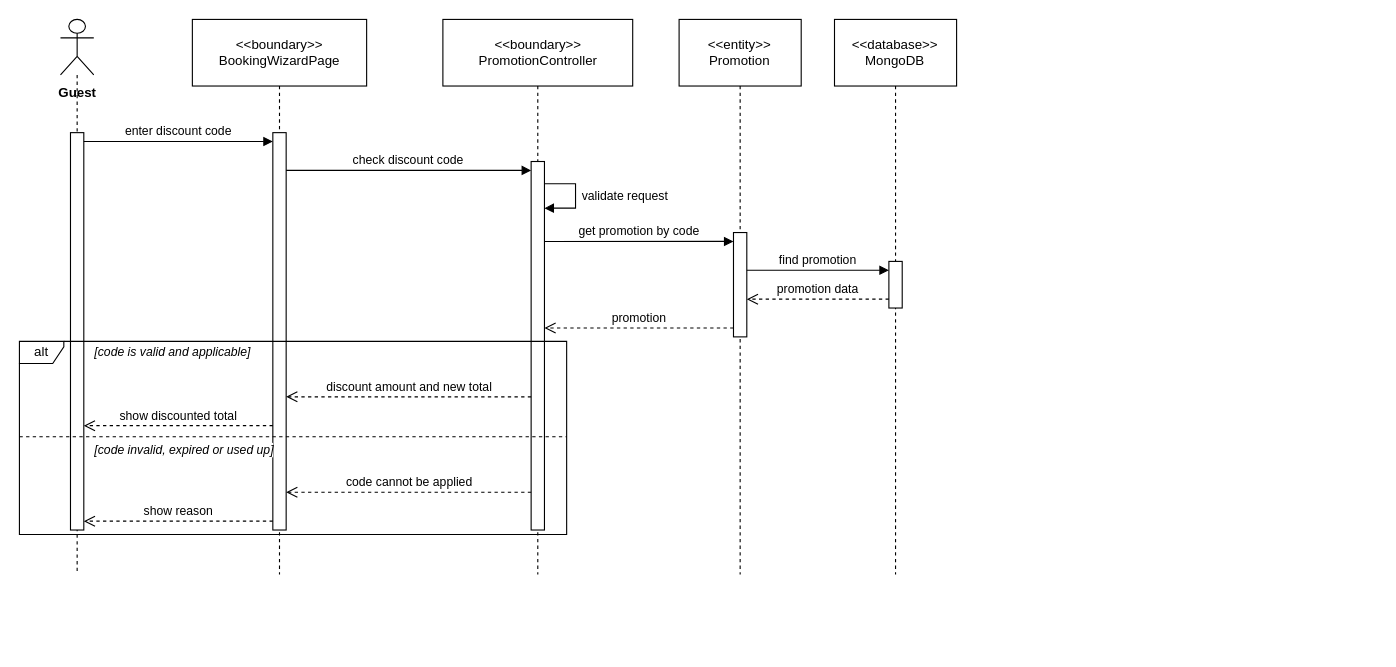
The draw.io diagram final/diagrams/M1_Inventory-And-Pricing_Diagrams/sequence_diagrams/SD-04_UC-G11_ApplyDiscountCode.drawio in toikobi401/SWD392, before the edit. Source tidied: cells renumbered, new cells numbered last; positions are measured from the earlier drawing's top-left corner, leaving out a move shared by most shapes. Both pictures are drawn from the tidied source at 111%, with x=0, y=0 at pixel (19, 19).
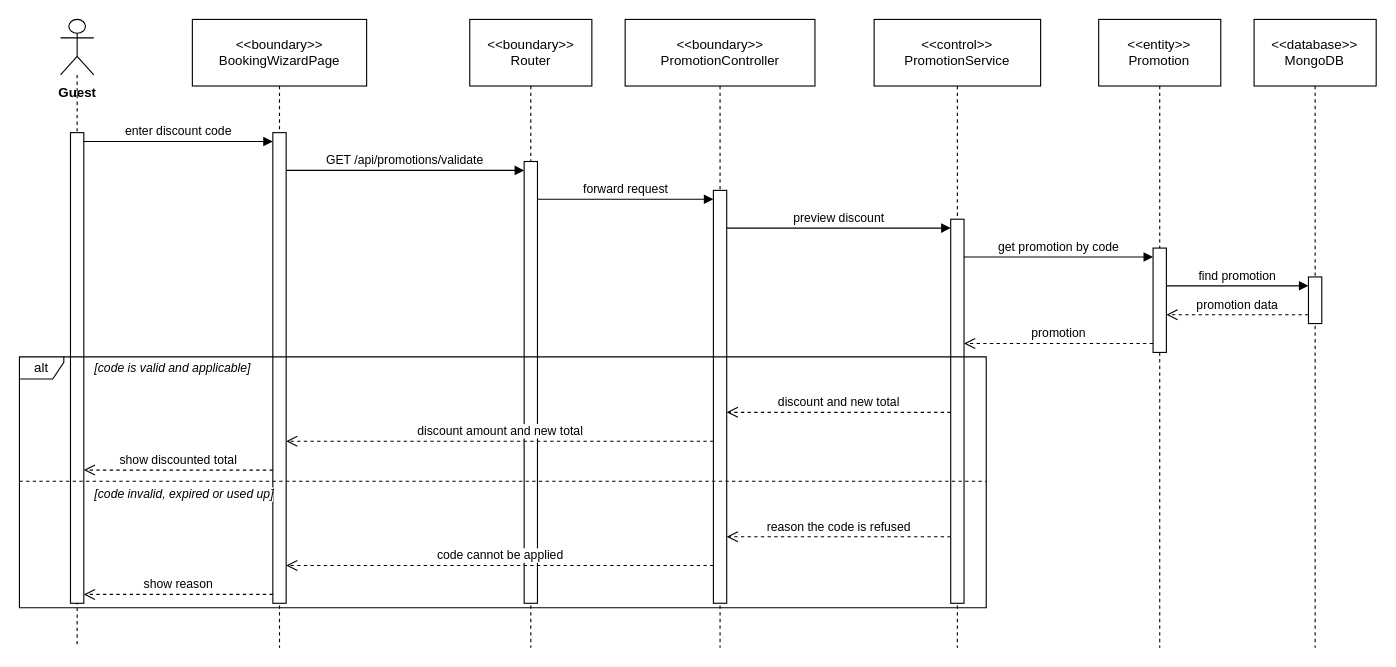
Above is the later version.

Change to the diagram source:
```diff
@@
     <mxCell id="2" value="Guest" style="shape=umlLifeline;participant=umlActor;perimeter=lifelinePerimeter;whiteSpace=nowrap;html=1;verticalAlign=top;spacingTop=52;size=50;fontStyle=1;" parent="1" vertex="1">
-      <mxGeometry x="37" width="30" height="500" as="geometry" />
+      <mxGeometry x="37" width="30" height="566" as="geometry" />
     </mxCell>
     <mxCell id="3" value="&amp;lt;&amp;lt;boundary&amp;gt;&amp;gt;&lt;br&gt;BookingWizardPage" style="shape=umlLifeline;perimeter=lifelinePerimeter;whiteSpace=wrap;html=1;size=60;" parent="1" vertex="1">
-      <mxGeometry x="155.8" width="157" height="500" as="geometry" />
+      <mxGeometry x="155.8" width="157" height="566" as="geometry" />
     </mxCell>
+    <mxCell id="27" value="&amp;lt;&amp;lt;boundary&amp;gt;&amp;gt;&lt;br&gt;Router" style="shape=umlLifeline;perimeter=lifelinePerimeter;whiteSpace=wrap;html=1;size=60;" parent="1" vertex="1">
+      <mxGeometry x="405.7" width="110" height="566" as="geometry" />
+    </mxCell>
     <mxCell id="4" value="&amp;lt;&amp;lt;boundary&amp;gt;&amp;gt;&lt;br&gt;PromotionController" style="shape=umlLifeline;perimeter=lifelinePerimeter;whiteSpace=wrap;html=1;size=60;" parent="1" vertex="1">
-      <mxGeometry x="381.5" width="171" height="500" as="geometry" />
+      <mxGeometry x="545.7" width="171" height="566" as="geometry" />
     </mxCell>
+    <mxCell id="28" value="&amp;lt;&amp;lt;control&amp;gt;&amp;gt;&lt;br&gt;PromotionService" style="shape=umlLifeline;perimeter=lifelinePerimeter;whiteSpace=wrap;html=1;size=60;" parent="1" vertex="1">
+      <mxGeometry x="770" width="150" height="566" as="geometry" />
+    </mxCell>
     <mxCell id="5" value="&amp;lt;&amp;lt;entity&amp;gt;&amp;gt;&lt;br&gt;Promotion" style="shape=umlLifeline;perimeter=lifelinePerimeter;whiteSpace=wrap;html=1;size=60;" parent="1" vertex="1">
-      <mxGeometry x="594.3" width="110" height="500" as="geometry" />
+      <mxGeometry x="972.3" width="110" height="566" as="geometry" />
     </mxCell>
     <mxCell id="6" value="&amp;lt;&amp;lt;database&amp;gt;&amp;gt;&lt;br&gt;MongoDB" style="shape=umlLifeline;perimeter=lifelinePerimeter;whiteSpace=wrap;html=1;size=60;" parent="1" vertex="1">
-      <mxGeometry x="734.3" width="110" height="500" as="geometry" />
+      <mxGeometry x="1112.3" width="110" height="566" as="geometry" />
     </mxCell>
     <mxCell id="7" style="html=1;points=[];perimeter=orthogonalPerimeter;outlineConnect=0;targetShapes=umlLifeline;portConstraint=eastwest;" parent="6" vertex="1">
-      <mxGeometry x="49" y="218" width="12" height="42" as="geometry" />
+      <mxGeometry x="49" y="232" width="12" height="42" as="geometry" />
     </mxCell>
     <mxCell id="8" style="html=1;points=[];perimeter=orthogonalPerimeter;outlineConnect=0;targetShapes=umlLifeline;portConstraint=eastwest;" parent="5" vertex="1">
-      <mxGeometry x="49" y="192" width="12" height="94" as="geometry" />
+      <mxGeometry x="49" y="206" width="12" height="94" as="geometry" />
     </mxCell>
-    <mxCell id="9" style="html=1;points=[];perimeter=orthogonalPerimeter;outlineConnect=0;targetShapes=umlLifeline;portConstraint=eastwest;" parent="4" vertex="1">
-      <mxGeometry x="79.5" y="128" width="12" height="332" as="geometry" />
-    </mxCell>
-    <mxCell id="10" style="html=1;points=[];perimeter=orthogonalPerimeter;outlineConnect=0;targetShapes=umlLifeline;portConstraint=eastwest;" parent="3" vertex="1">
-      <mxGeometry x="72.5" y="102" width="12" height="358" as="geometry" />
-    </mxCell>
-    <mxCell id="11" style="html=1;points=[];perimeter=orthogonalPerimeter;outlineConnect=0;targetShapes=umlLifeline;portConstraint=eastwest;" parent="2" vertex="1">
-      <mxGeometry x="9" y="102" width="12" height="358" as="geometry" />
-    </mxCell>
+    <mxCell id="29" style="html=1;points=[];perimeter=orthogonalPerimeter;outlineConnect=0;targetShapes=umlLifeline;portConstraint=eastwest;" parent="28" vertex="1">
+      <mxGeometry x="69" y="180" width="12" height="346" as="geometry" />
+    </mxCell>
+    <mxCell id="30" style="html=1;points=[];perimeter=orthogonalPerimeter;outlineConnect=0;targetShapes=umlLifeline;portConstraint=eastwest;" parent="4" vertex="1">
+      <mxGeometry x="79.5" y="154" width="12" height="372" as="geometry" />
+    </mxCell>
+    <mxCell id="31" style="html=1;points=[];perimeter=orthogonalPerimeter;outlineConnect=0;targetShapes=umlLifeline;portConstraint=eastwest;" parent="27" vertex="1">
+      <mxGeometry x="49" y="128" width="12" height="398" as="geometry" />
+    </mxCell>
+    <mxCell id="32" style="html=1;points=[];perimeter=orthogonalPerimeter;outlineConnect=0;targetShapes=umlLifeline;portConstraint=eastwest;" parent="3" vertex="1">
+      <mxGeometry x="72.5" y="102" width="12" height="424" as="geometry" />
+    </mxCell>
+    <mxCell id="33" style="html=1;points=[];perimeter=orthogonalPerimeter;outlineConnect=0;targetShapes=umlLifeline;portConstraint=eastwest;" parent="2" vertex="1">
+      <mxGeometry x="9" y="102" width="12" height="424" as="geometry" />
+    </mxCell>
     <mxCell id="12" value="alt" style="shape=umlFrame;whiteSpace=wrap;html=1;width=40;height=20;" parent="1" vertex="1">
-      <mxGeometry y="290" width="493" height="174" as="geometry" />
+      <mxGeometry y="304" width="871" height="226" as="geometry" />
     </mxCell>
     <mxCell id="13" style="endArrow=none;dashed=1;html=1;rounded=0;" parent="1" edge="1">
       <mxGeometry relative="1" as="geometry">
-        <mxPoint y="376" as="sourcePoint" />
-        <mxPoint x="493" y="376" as="targetPoint" />
+        <mxPoint y="416" as="sourcePoint" />
+        <mxPoint x="871" y="416" as="targetPoint" />
       </mxGeometry>
     </mxCell>
     <mxCell id="14" value="[code is valid and applicable]" style="text;html=1;align=left;verticalAlign=middle;whiteSpace=nowrap;fontSize=11;fontStyle=2;labelBackgroundColor=#ffffff;" parent="1" vertex="1">
-      <mxGeometry x="66" y="290" width="188.4" height="20" as="geometry" />
+      <mxGeometry x="66" y="304" width="188.4" height="20" as="geometry" />
     </mxCell>
     <mxCell id="15" value="[code invalid, expired or used up]" style="text;html=1;align=left;verticalAlign=middle;whiteSpace=nowrap;fontSize=11;fontStyle=2;labelBackgroundColor=#ffffff;" parent="1" vertex="1">
-      <mxGeometry x="66" y="378" width="213.6" height="20" as="geometry" />
+      <mxGeometry x="66" y="418" width="213.6" height="20" as="geometry" />
     </mxCell>
-    <mxCell id="16" value="enter discount code" style="html=1;verticalAlign=bottom;rounded=0;fontSize=11;endArrow=block;endFill=1;exitX=1;exitY=0.0223;exitDx=0;exitDy=0;exitPerimeter=0;entryX=0;entryY=0.0223;entryDx=0;entryDy=0;entryPerimeter=0;" parent="1" edge="1" source="11" target="10">
+    <mxCell id="16" value="enter discount code" style="html=1;verticalAlign=bottom;rounded=0;fontSize=11;endArrow=block;endFill=1;exitX=1;exitY=0.0189;exitDx=0;exitDy=0;exitPerimeter=0;entryX=0;entryY=0.0189;entryDx=0;entryDy=0;entryPerimeter=0;" parent="1" edge="1" source="33" target="32">
       <mxGeometry relative="1" as="geometry" />
     </mxCell>
-    <mxCell id="17" value="check discount code" style="html=1;verticalAlign=bottom;rounded=0;fontSize=11;endArrow=block;endFill=1;exitX=1;exitY=0.095;exitDx=0;exitDy=0;exitPerimeter=0;entryX=0;entryY=0.0241;entryDx=0;entryDy=0;entryPerimeter=0;" parent="1" edge="1" source="10" target="9">
+    <mxCell id="17" value="GET /api/promotions/validate" style="html=1;verticalAlign=bottom;rounded=0;fontSize=11;endArrow=block;endFill=1;exitX=1;exitY=0.0802;exitDx=0;exitDy=0;exitPerimeter=0;entryX=0;entryY=0.0201;entryDx=0;entryDy=0;entryPerimeter=0;" parent="1" edge="1" source="32" target="31">
       <mxGeometry relative="1" as="geometry" />
     </mxCell>
-    <mxCell id="18" value="validate request" style="html=1;align=left;spacingLeft=4;verticalAlign=middle;endArrow=block;endFill=1;rounded=0;fontSize=11;exitX=1;exitY=0.0602;exitDx=0;exitDy=0;exitPerimeter=0;entryX=1;entryY=0.1265;entryDx=0;entryDy=0;entryPerimeter=0;" parent="1" edge="1" source="9" target="9">
-      <mxGeometry relative="1" as="geometry">
-        <Array as="points">
-          <mxPoint x="501" y="148" />
-          <mxPoint x="501" y="170" />
-        </Array>
-      </mxGeometry>
+    <mxCell id="18" value="forward request" style="html=1;verticalAlign=bottom;rounded=0;fontSize=11;endArrow=block;endFill=1;exitX=1;exitY=0.0854;exitDx=0;exitDy=0;exitPerimeter=0;entryX=0;entryY=0.0215;entryDx=0;entryDy=0;entryPerimeter=0;" parent="1" edge="1" source="31" target="30">
+      <mxGeometry relative="1" as="geometry" />
     </mxCell>
-    <mxCell id="19" value="get promotion by code" style="html=1;verticalAlign=bottom;rounded=0;fontSize=11;endArrow=block;endFill=1;exitX=1;exitY=0.2169;exitDx=0;exitDy=0;exitPerimeter=0;entryX=0;entryY=0.0851;entryDx=0;entryDy=0;entryPerimeter=0;" parent="1" edge="1" source="9" target="8">
+    <mxCell id="19" value="preview discount" style="html=1;verticalAlign=bottom;rounded=0;fontSize=11;endArrow=block;endFill=1;exitX=1;exitY=0.0914;exitDx=0;exitDy=0;exitPerimeter=0;entryX=0;entryY=0.0231;entryDx=0;entryDy=0;entryPerimeter=0;" parent="1" edge="1" source="30" target="29">
       <mxGeometry relative="1" as="geometry" />
     </mxCell>
-    <mxCell id="20" value="find promotion" style="html=1;verticalAlign=bottom;rounded=0;fontSize=11;endArrow=block;endFill=1;exitX=1;exitY=0.3617;exitDx=0;exitDy=0;exitPerimeter=0;entryX=0;entryY=0.1905;entryDx=0;entryDy=0;entryPerimeter=0;" parent="1" edge="1" source="8" target="7">
+    <mxCell id="20" value="get promotion by code" style="html=1;verticalAlign=bottom;rounded=0;fontSize=11;endArrow=block;endFill=1;exitX=1;exitY=0.0983;exitDx=0;exitDy=0;exitPerimeter=0;entryX=0;entryY=0.0851;entryDx=0;entryDy=0;entryPerimeter=0;" parent="1" edge="1" source="29" target="8">
       <mxGeometry relative="1" as="geometry" />
     </mxCell>
-    <mxCell id="21" value="promotion data" style="html=1;verticalAlign=bottom;rounded=0;fontSize=11;dashed=1;endArrow=open;endSize=8;exitX=0;exitY=0.8095;exitDx=0;exitDy=0;exitPerimeter=0;entryX=1;entryY=0.6383;entryDx=0;entryDy=0;entryPerimeter=0;" parent="1" edge="1" source="7" target="8">
+    <mxCell id="21" value="find promotion" style="html=1;verticalAlign=bottom;rounded=0;fontSize=11;endArrow=block;endFill=1;exitX=1;exitY=0.3617;exitDx=0;exitDy=0;exitPerimeter=0;entryX=0;entryY=0.1905;entryDx=0;entryDy=0;entryPerimeter=0;" parent="1" edge="1" source="8" target="7">
       <mxGeometry relative="1" as="geometry" />
     </mxCell>
-    <mxCell id="22" value="promotion" style="html=1;verticalAlign=bottom;rounded=0;fontSize=11;dashed=1;endArrow=open;endSize=8;exitX=0;exitY=0.9149;exitDx=0;exitDy=0;exitPerimeter=0;entryX=1;entryY=0.4518;entryDx=0;entryDy=0;entryPerimeter=0;" parent="1" edge="1" source="8" target="9">
+    <mxCell id="22" value="promotion data" style="html=1;verticalAlign=bottom;rounded=0;fontSize=11;dashed=1;endArrow=open;endSize=8;exitX=0;exitY=0.8095;exitDx=0;exitDy=0;exitPerimeter=0;entryX=1;entryY=0.6383;entryDx=0;entryDy=0;entryPerimeter=0;" parent="1" edge="1" source="7" target="8">
       <mxGeometry relative="1" as="geometry" />
     </mxCell>
-    <mxCell id="23" value="discount amount and new total" style="html=1;verticalAlign=bottom;rounded=0;fontSize=11;dashed=1;endArrow=open;endSize=8;exitX=0;exitY=0.6386;exitDx=0;exitDy=0;exitPerimeter=0;entryX=1;entryY=0.6648;entryDx=0;entryDy=0;entryPerimeter=0;" parent="1" edge="1" source="9" target="10">
+    <mxCell id="23" value="promotion" style="html=1;verticalAlign=bottom;rounded=0;fontSize=11;dashed=1;endArrow=open;endSize=8;exitX=0;exitY=0.9149;exitDx=0;exitDy=0;exitPerimeter=0;entryX=1;entryY=0.3237;entryDx=0;entryDy=0;entryPerimeter=0;" parent="1" edge="1" source="8" target="29">
       <mxGeometry relative="1" as="geometry" />
     </mxCell>
-    <mxCell id="24" value="show discounted total" style="html=1;verticalAlign=bottom;rounded=0;fontSize=11;dashed=1;endArrow=open;endSize=8;exitX=0;exitY=0.7374;exitDx=0;exitDy=0;exitPerimeter=0;entryX=1;entryY=0.7374;entryDx=0;entryDy=0;entryPerimeter=0;" parent="1" edge="1" source="10" target="11">
+    <mxCell id="24" value="discount and new total" style="html=1;verticalAlign=bottom;rounded=0;fontSize=11;dashed=1;endArrow=open;endSize=8;exitX=0;exitY=0.5029;exitDx=0;exitDy=0;exitPerimeter=0;entryX=1;entryY=0.5376;entryDx=0;entryDy=0;entryPerimeter=0;" parent="1" edge="1" source="29" target="30">
       <mxGeometry relative="1" as="geometry" />
     </mxCell>
-    <mxCell id="25" value="code cannot be applied" style="html=1;verticalAlign=bottom;rounded=0;fontSize=11;dashed=1;endArrow=open;endSize=8;exitX=0;exitY=0.8976;exitDx=0;exitDy=0;exitPerimeter=0;entryX=1;entryY=0.905;entryDx=0;entryDy=0;entryPerimeter=0;" parent="1" edge="1" source="9" target="10">
+    <mxCell id="25" value="discount amount and new total" style="html=1;verticalAlign=bottom;rounded=0;fontSize=11;dashed=1;endArrow=open;endSize=8;exitX=0;exitY=0.6075;exitDx=0;exitDy=0;exitPerimeter=0;entryX=1;entryY=0.6557;entryDx=0;entryDy=0;entryPerimeter=0;" parent="1" edge="1" source="30" target="32">
       <mxGeometry relative="1" as="geometry" />
     </mxCell>
-    <mxCell id="26" value="show reason" style="html=1;verticalAlign=bottom;rounded=0;fontSize=11;dashed=1;endArrow=open;endSize=8;exitX=0;exitY=0.9777;exitDx=0;exitDy=0;exitPerimeter=0;entryX=1;entryY=0.9777;entryDx=0;entryDy=0;entryPerimeter=0;" parent="1" edge="1" source="10" target="11">
+    <mxCell id="26" value="show discounted total" style="html=1;verticalAlign=bottom;rounded=0;fontSize=11;dashed=1;endArrow=open;endSize=8;exitX=0;exitY=0.717;exitDx=0;exitDy=0;exitPerimeter=0;entryX=1;entryY=0.717;entryDx=0;entryDy=0;entryPerimeter=0;" parent="1" edge="1" source="32" target="33">
       <mxGeometry relative="1" as="geometry" />
     </mxCell>
+    <mxCell id="34" value="reason the code is refused" style="html=1;verticalAlign=bottom;rounded=0;fontSize=11;dashed=1;endArrow=open;endSize=8;exitX=0;exitY=0.8266;exitDx=0;exitDy=0;exitPerimeter=0;entryX=1;entryY=0.8387;entryDx=0;entryDy=0;entryPerimeter=0;" parent="1" edge="1" source="29" target="30">
+      <mxGeometry relative="1" as="geometry" />
+    </mxCell>
+    <mxCell id="35" value="code cannot be applied" style="html=1;verticalAlign=bottom;rounded=0;fontSize=11;dashed=1;endArrow=open;endSize=8;exitX=0;exitY=0.9086;exitDx=0;exitDy=0;exitPerimeter=0;entryX=1;entryY=0.9198;entryDx=0;entryDy=0;entryPerimeter=0;" parent="1" edge="1" source="30" target="32">
+      <mxGeometry relative="1" as="geometry" />
+    </mxCell>
+    <mxCell id="36" value="show reason" style="html=1;verticalAlign=bottom;rounded=0;fontSize=11;dashed=1;endArrow=open;endSize=8;exitX=0;exitY=0.9811;exitDx=0;exitDy=0;exitPerimeter=0;entryX=1;entryY=0.9811;entryDx=0;entryDy=0;entryPerimeter=0;" parent="1" edge="1" source="32" target="33">
+      <mxGeometry relative="1" as="geometry" />
+    </mxCell>
```
